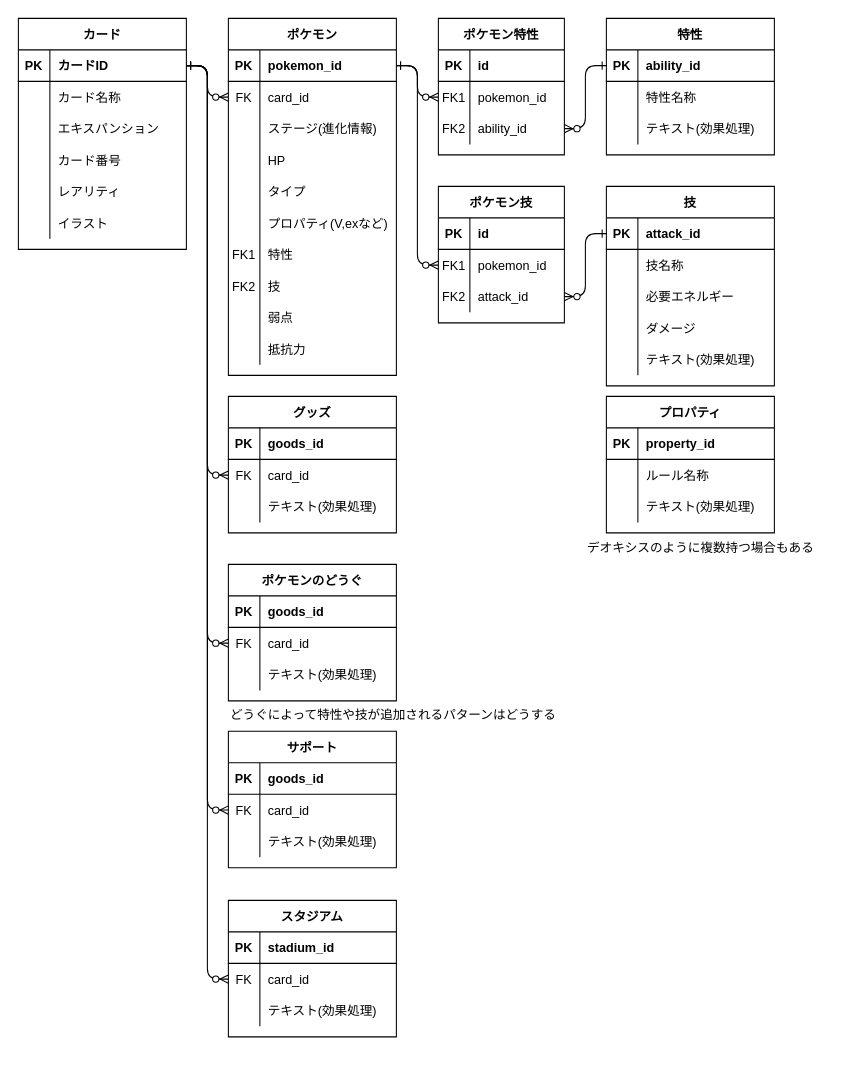
This is page "仮決定" (3 of 3) of データベース草案.drawio from tinatamago/ptcg, a draw.io file, before an edit. Source tidied: cells renumbered, new cells numbered last; positions are measured from the earlier drawing's top-left corner, leaving out a move shared by most shapes. Both pictures are drawn from the tidied source at 105%, with x=0, y=0 at pixel (18, 18).
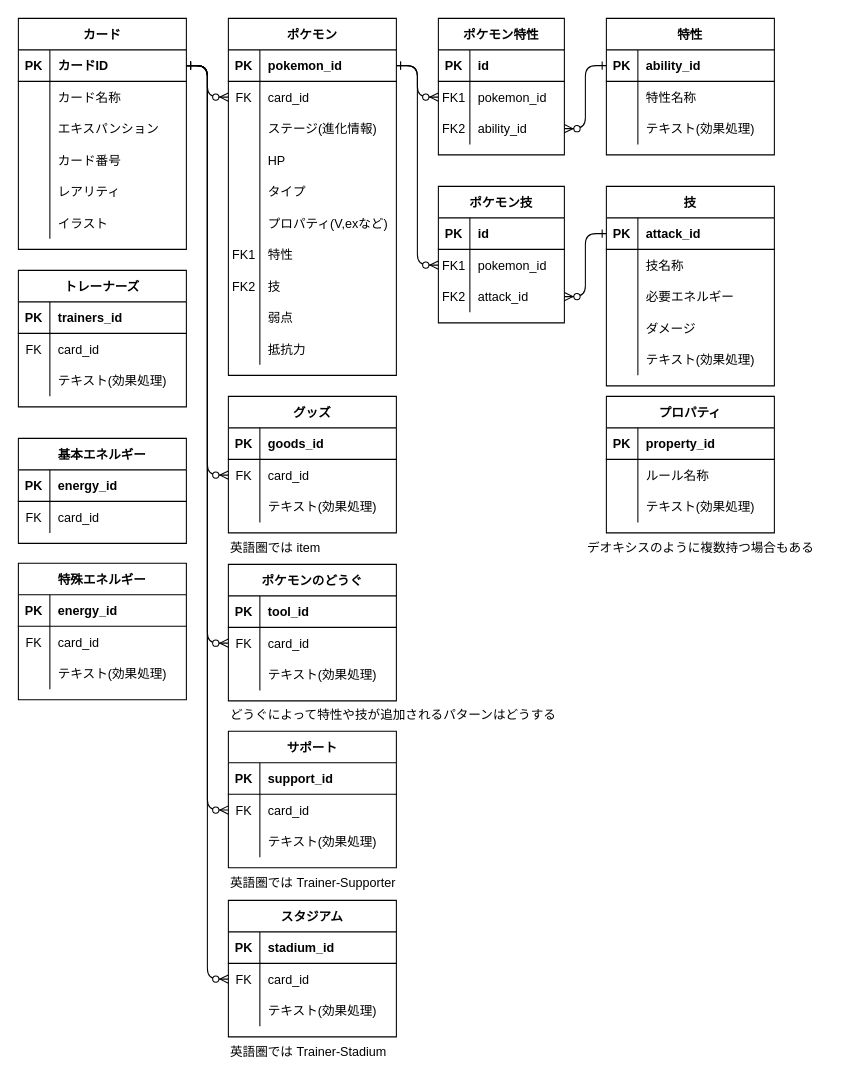
Above is the later version.

Commit message:
データベース草案.drawio を更新します

Unchanged cells that the change refers to:
```xml
<mxCell id="124" style="shape=partialRectangle;fillColor=none;top=0;left=0;right=0;bottom=1;" parent="123" vertex="1">
  <mxGeometry y="30" width="160" height="30" as="geometry" />
</mxCell>
<mxCell id="134" style="shape=partialRectangle;fillColor=none;top=0;left=0;right=0;bottom=1;" parent="133" vertex="1">
  <mxGeometry y="30" width="160" height="30" as="geometry" />
</mxCell>
```

The edit, as a diff of the source:
```diff
@@
-    <mxCell id="126" value="goods_id" style="shape=partialRectangle;overflow=hidden;fillColor=none;top=0;left=0;bottom=0;right=0;align=left;spacingLeft=6;fontStyle=1;" parent="124" vertex="1">
+    <mxCell id="126" value="tool_id" style="shape=partialRectangle;overflow=hidden;fillColor=none;top=0;left=0;bottom=0;right=0;align=left;spacingLeft=6;fontStyle=1;" parent="124" vertex="1">
       <mxGeometry x="30" width="130" height="30" as="geometry" />
     </mxCell>
@@
-    <mxCell id="136" value="goods_id" style="shape=partialRectangle;overflow=hidden;fillColor=none;top=0;left=0;bottom=0;right=0;align=left;spacingLeft=6;fontStyle=1;" parent="134" vertex="1">
+    <mxCell id="136" value="support_id" style="shape=partialRectangle;overflow=hidden;fillColor=none;top=0;left=0;bottom=0;right=0;align=left;spacingLeft=6;fontStyle=1;" parent="134" vertex="1">
       <mxGeometry x="30" width="130" height="30" as="geometry" />
     </mxCell>
@@
+    <mxCell id="159" value="英語圏では item" style="text;html=1;align=left;verticalAlign=middle;strokeColor=none;fillColor=none;" parent="1" vertex="1">
+      <mxGeometry x="200" y="490" width="110" height="30" as="geometry" />
+    </mxCell>
+    <mxCell id="160" value="英語圏では&amp;nbsp;Trainer-Supporter" style="text;html=1;align=left;verticalAlign=middle;strokeColor=none;fillColor=none;" parent="1" vertex="1">
+      <mxGeometry x="200" y="809" width="180" height="30" as="geometry" />
+    </mxCell>
+    <mxCell id="161" value="英語圏では&amp;nbsp;Trainer-Stadium" style="text;html=1;align=left;verticalAlign=middle;strokeColor=none;fillColor=none;" parent="1" vertex="1">
+      <mxGeometry x="200" y="970" width="170" height="30" as="geometry" />
+    </mxCell>
+    <mxCell id="162" value="トレーナーズ" style="shape=table;startSize=30;childLayout=tableLayout;rowLines=0;fontStyle=1;align=center;" parent="1" vertex="1">
+      <mxGeometry y="240" width="160" height="130" as="geometry" />
+    </mxCell>
+    <mxCell id="163" style="shape=partialRectangle;fillColor=none;top=0;left=0;right=0;bottom=1;" parent="162" vertex="1">
+      <mxGeometry y="30" width="160" height="30" as="geometry" />
+    </mxCell>
+    <mxCell id="164" value="PK" style="shape=partialRectangle;overflow=hidden;fillColor=none;top=0;left=0;bottom=0;right=0;fontStyle=1;" parent="163" vertex="1">
+      <mxGeometry width="30" height="30" as="geometry" />
+    </mxCell>
+    <mxCell id="165" value="trainers_id" style="shape=partialRectangle;overflow=hidden;fillColor=none;top=0;left=0;bottom=0;right=0;align=left;spacingLeft=6;fontStyle=1;" parent="163" vertex="1">
+      <mxGeometry x="30" width="130" height="30" as="geometry" />
+    </mxCell>
+    <mxCell id="166" style="shape=partialRectangle;fillColor=none;top=0;left=0;right=0;bottom=0;" parent="162" vertex="1">
+      <mxGeometry y="60" width="160" height="30" as="geometry" />
+    </mxCell>
+    <mxCell id="167" value="FK" style="shape=partialRectangle;overflow=hidden;fillColor=none;top=0;left=0;bottom=0;right=0;" parent="166" vertex="1">
+      <mxGeometry width="30" height="30" as="geometry" />
+    </mxCell>
+    <mxCell id="168" value="card_id" style="shape=partialRectangle;overflow=hidden;fillColor=none;top=0;left=0;bottom=0;right=0;align=left;spacingLeft=6;" parent="166" vertex="1">
+      <mxGeometry x="30" width="130" height="30" as="geometry" />
+    </mxCell>
+    <mxCell id="169" style="shape=partialRectangle;fillColor=none;top=0;left=0;right=0;bottom=0;" parent="162" vertex="1">
+      <mxGeometry y="90" width="160" height="30" as="geometry" />
+    </mxCell>
+    <mxCell id="170" style="shape=partialRectangle;overflow=hidden;fillColor=none;top=0;left=0;bottom=0;right=0;" parent="169" vertex="1">
+      <mxGeometry width="30" height="30" as="geometry" />
+    </mxCell>
+    <mxCell id="171" value="テキスト(効果処理)" style="shape=partialRectangle;overflow=hidden;fillColor=none;top=0;left=0;bottom=0;right=0;align=left;spacingLeft=6;" parent="169" vertex="1">
+      <mxGeometry x="30" width="130" height="30" as="geometry" />
+    </mxCell>
+    <mxCell id="172" value="基本エネルギー" style="shape=table;startSize=30;childLayout=tableLayout;rowLines=0;fontStyle=1;align=center;" parent="1" vertex="1">
+      <mxGeometry y="400" width="160" height="100" as="geometry" />
+    </mxCell>
+    <mxCell id="173" style="shape=partialRectangle;fillColor=none;top=0;left=0;right=0;bottom=1;" parent="172" vertex="1">
+      <mxGeometry y="30" width="160" height="30" as="geometry" />
+    </mxCell>
+    <mxCell id="174" value="PK" style="shape=partialRectangle;overflow=hidden;fillColor=none;top=0;left=0;bottom=0;right=0;fontStyle=1;" parent="173" vertex="1">
+      <mxGeometry width="30" height="30" as="geometry" />
+    </mxCell>
+    <mxCell id="175" value="energy_id" style="shape=partialRectangle;overflow=hidden;fillColor=none;top=0;left=0;bottom=0;right=0;align=left;spacingLeft=6;fontStyle=1;" parent="173" vertex="1">
+      <mxGeometry x="30" width="130" height="30" as="geometry" />
+    </mxCell>
+    <mxCell id="176" style="shape=partialRectangle;fillColor=none;top=0;left=0;right=0;bottom=0;" parent="172" vertex="1">
+      <mxGeometry y="60" width="160" height="30" as="geometry" />
+    </mxCell>
+    <mxCell id="177" value="FK" style="shape=partialRectangle;overflow=hidden;fillColor=none;top=0;left=0;bottom=0;right=0;" parent="176" vertex="1">
+      <mxGeometry width="30" height="30" as="geometry" />
+    </mxCell>
+    <mxCell id="178" value="card_id" style="shape=partialRectangle;overflow=hidden;fillColor=none;top=0;left=0;bottom=0;right=0;align=left;spacingLeft=6;" parent="176" vertex="1">
+      <mxGeometry x="30" width="130" height="30" as="geometry" />
+    </mxCell>
+    <mxCell id="179" value="特殊エネルギー" style="shape=table;startSize=30;childLayout=tableLayout;rowLines=0;fontStyle=1;align=center;" parent="1" vertex="1">
+      <mxGeometry y="519" width="160" height="130" as="geometry" />
+    </mxCell>
+    <mxCell id="180" style="shape=partialRectangle;fillColor=none;top=0;left=0;right=0;bottom=1;" parent="179" vertex="1">
+      <mxGeometry y="30" width="160" height="30" as="geometry" />
+    </mxCell>
+    <mxCell id="181" value="PK" style="shape=partialRectangle;overflow=hidden;fillColor=none;top=0;left=0;bottom=0;right=0;fontStyle=1;" parent="180" vertex="1">
+      <mxGeometry width="30" height="30" as="geometry" />
+    </mxCell>
+    <mxCell id="182" value="energy_id" style="shape=partialRectangle;overflow=hidden;fillColor=none;top=0;left=0;bottom=0;right=0;align=left;spacingLeft=6;fontStyle=1;" parent="180" vertex="1">
+      <mxGeometry x="30" width="130" height="30" as="geometry" />
+    </mxCell>
+    <mxCell id="183" style="shape=partialRectangle;fillColor=none;top=0;left=0;right=0;bottom=0;" parent="179" vertex="1">
+      <mxGeometry y="60" width="160" height="30" as="geometry" />
+    </mxCell>
+    <mxCell id="184" value="FK" style="shape=partialRectangle;overflow=hidden;fillColor=none;top=0;left=0;bottom=0;right=0;" parent="183" vertex="1">
+      <mxGeometry width="30" height="30" as="geometry" />
+    </mxCell>
+    <mxCell id="185" value="card_id" style="shape=partialRectangle;overflow=hidden;fillColor=none;top=0;left=0;bottom=0;right=0;align=left;spacingLeft=6;" parent="183" vertex="1">
+      <mxGeometry x="30" width="130" height="30" as="geometry" />
+    </mxCell>
+    <mxCell id="186" style="shape=partialRectangle;fillColor=none;top=0;left=0;right=0;bottom=0;" parent="179" vertex="1">
+      <mxGeometry y="90" width="160" height="30" as="geometry" />
+    </mxCell>
+    <mxCell id="187" style="shape=partialRectangle;overflow=hidden;fillColor=none;top=0;left=0;bottom=0;right=0;" parent="186" vertex="1">
+      <mxGeometry width="30" height="30" as="geometry" />
+    </mxCell>
+    <mxCell id="188" value="テキスト(効果処理)" style="shape=partialRectangle;overflow=hidden;fillColor=none;top=0;left=0;bottom=0;right=0;align=left;spacingLeft=6;" parent="186" vertex="1">
+      <mxGeometry x="30" width="130" height="30" as="geometry" />
+    </mxCell>
```
